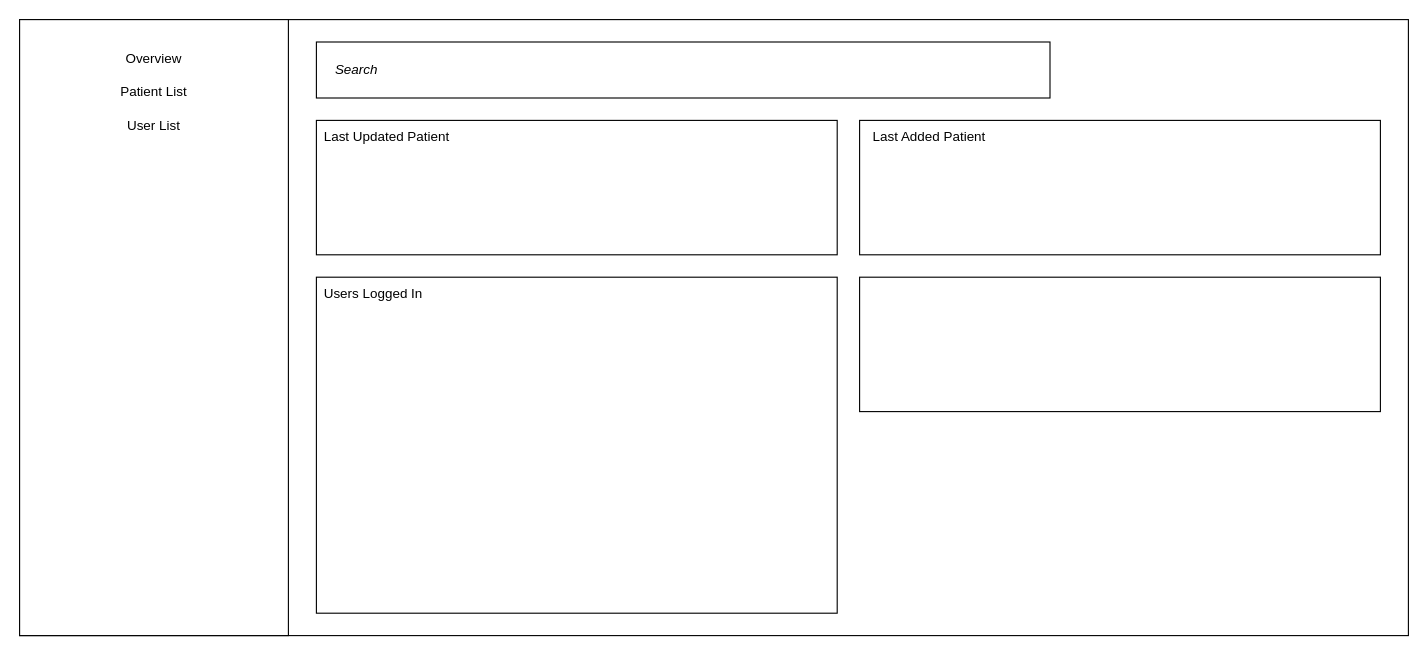
Before: diagrams/UpdateLogAdminPage.drawio in empty-works/plain-emrs-no-fw, a draw.io diagram. Source tidied: cells renumbered, new cells numbered last; positions are measured from the earlier drawing's top-left corner, leaving out a move shared by most shapes. Both pictures are drawn from the tidied source at 112%, with x=0, y=0 at pixel (19, 19).
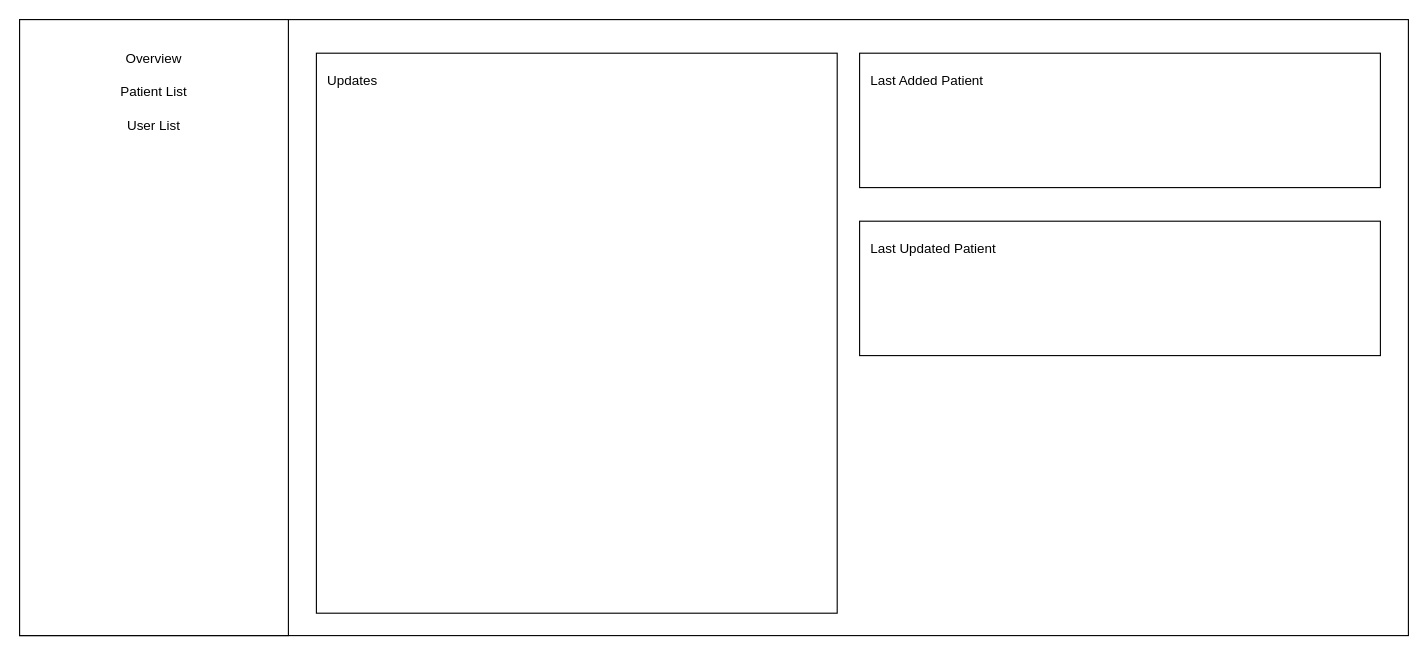
The same page after the edit.

The edit, as a diff of the source:
```diff
@@
 <mxGraphModel>
   <root>
     <mxCell id="0" />
     <mxCell id="1" parent="0" />
     <mxCell id="2" style="rounded=0;whiteSpace=wrap;html=1;" parent="1" vertex="1">
       <mxGeometry width="1240" height="550" as="geometry" />
     </mxCell>
     <mxCell id="3" style="rounded=0;whiteSpace=wrap;html=1;" parent="1" vertex="1">
       <mxGeometry width="240" height="550" as="geometry" />
     </mxCell>
-    <mxCell id="4" style="rounded=0;whiteSpace=wrap;html=1;" parent="1" vertex="1">
-      <mxGeometry x="265" y="20" width="655" height="50" as="geometry" />
-    </mxCell>
-    <mxCell id="5" value="&lt;i&gt;Search&lt;/i&gt;" style="text;html=1;strokeColor=none;fillColor=none;align=left;verticalAlign=middle;whiteSpace=wrap;rounded=0;" parent="1" vertex="1">
-      <mxGeometry x="280" y="30" width="630" height="30" as="geometry" />
-    </mxCell>
     <mxCell id="6" style="rounded=0;whiteSpace=wrap;html=1;" parent="1" vertex="1">
-      <mxGeometry x="265" y="90" width="465" height="120" as="geometry" />
+      <mxGeometry x="750" y="180" width="465" height="120" as="geometry" />
     </mxCell>
     <mxCell id="7" style="rounded=0;whiteSpace=wrap;html=1;" parent="1" vertex="1">
-      <mxGeometry x="750" y="90" width="465" height="120" as="geometry" />
+      <mxGeometry x="750" y="30" width="465" height="120" as="geometry" />
     </mxCell>
     <mxCell id="8" style="rounded=0;whiteSpace=wrap;html=1;" parent="1" vertex="1">
-      <mxGeometry x="265" y="230" width="465" height="300" as="geometry" />
+      <mxGeometry x="265" y="30" width="465" height="500" as="geometry" />
     </mxCell>
-    <mxCell id="9" style="rounded=0;whiteSpace=wrap;html=1;" parent="1" vertex="1">
-      <mxGeometry x="750" y="230" width="465" height="120" as="geometry" />
-    </mxCell>
     <mxCell id="10" value="Last Updated Patient" style="text;html=1;strokeColor=none;fillColor=none;align=left;verticalAlign=middle;whiteSpace=wrap;rounded=0;" parent="1" vertex="1">
-      <mxGeometry x="270" y="90" width="450" height="30" as="geometry" />
+      <mxGeometry x="757.5" y="190" width="450" height="30" as="geometry" />
     </mxCell>
     <mxCell id="11" value="Last Added Patient" style="text;html=1;strokeColor=none;fillColor=none;align=left;verticalAlign=middle;whiteSpace=wrap;rounded=0;" parent="1" vertex="1">
-      <mxGeometry x="760" y="90" width="450" height="30" as="geometry" />
+      <mxGeometry x="757.5" y="40" width="450" height="30" as="geometry" />
     </mxCell>
-    <mxCell id="12" value="Users Logged In" style="text;html=1;strokeColor=none;fillColor=none;align=left;verticalAlign=middle;whiteSpace=wrap;rounded=0;" parent="1" vertex="1">
-      <mxGeometry x="270" y="230" width="450" height="30" as="geometry" />
+    <mxCell id="12" value="Updates" style="text;html=1;strokeColor=none;fillColor=none;align=left;verticalAlign=middle;whiteSpace=wrap;rounded=0;" parent="1" vertex="1">
+      <mxGeometry x="272.5" y="40" width="450" height="30" as="geometry" />
     </mxCell>
     <mxCell id="13" value="Overview" style="text;html=1;strokeColor=none;fillColor=none;align=center;verticalAlign=middle;whiteSpace=wrap;rounded=0;" parent="1" vertex="1">
       <mxGeometry x="20" y="20" width="200" height="30" as="geometry" />
     </mxCell>
     <mxCell id="14" value="Patient List" style="text;html=1;strokeColor=none;fillColor=none;align=center;verticalAlign=middle;whiteSpace=wrap;rounded=0;" parent="1" vertex="1">
       <mxGeometry x="10" y="50" width="220" height="30" as="geometry" />
     </mxCell>
     <mxCell id="15" value="User List" style="text;html=1;strokeColor=none;fillColor=none;align=center;verticalAlign=middle;whiteSpace=wrap;rounded=0;" parent="1" vertex="1">
       <mxGeometry x="10" y="80" width="220" height="30" as="geometry" />
     </mxCell>
   </root>
 </mxGraphModel>
```
